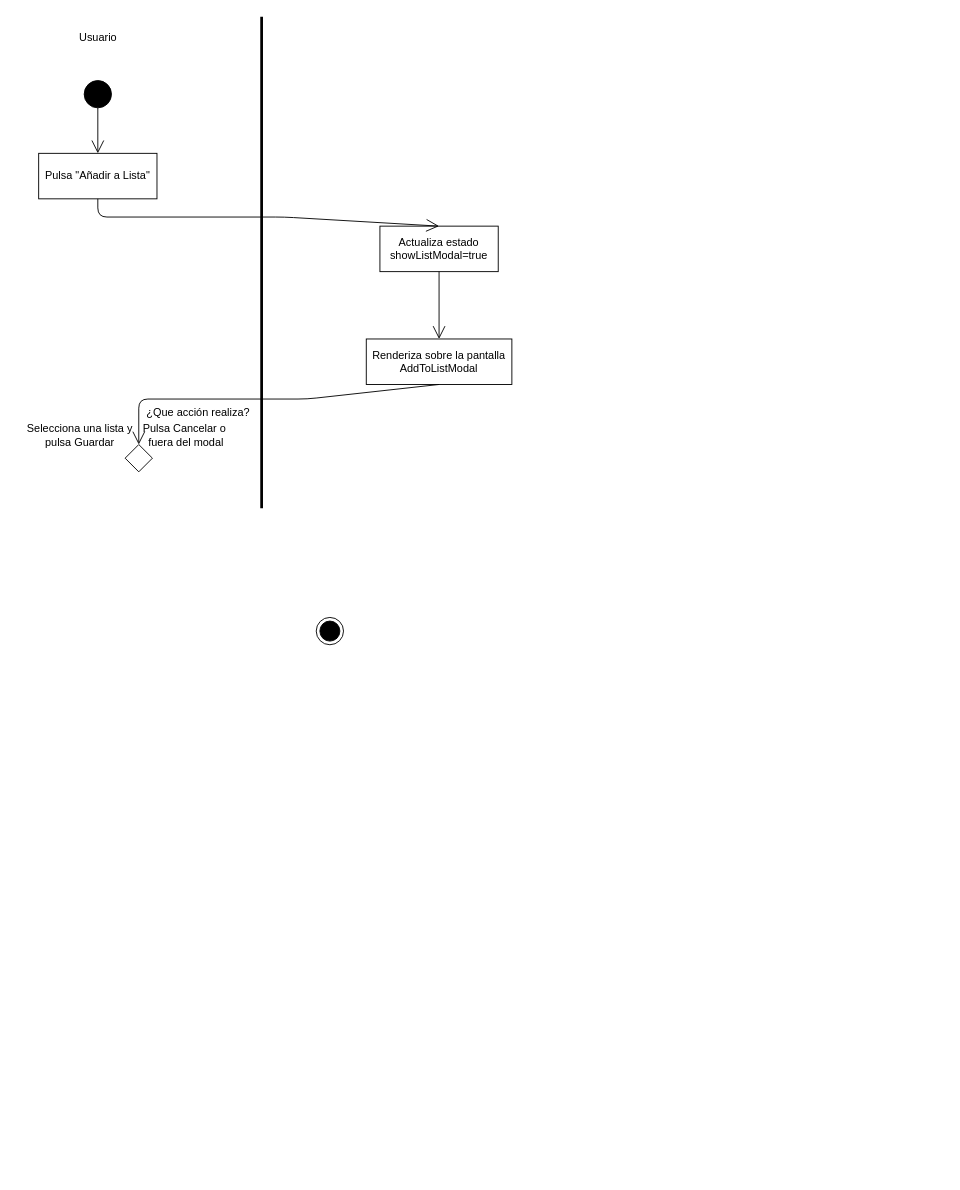
Earlier version of the draw.io diagram docs/diagrams/actividad/anadir_lista.drawio (rodriss11sr/MemoryCard). Source tidied: cells renumbered, new cells numbered last; positions are measured from the earlier drawing's top-left corner, leaving out a move shared by most shapes. Both pictures are drawn from the tidied source at 91%, with x=0, y=0 at pixel (15, 16).
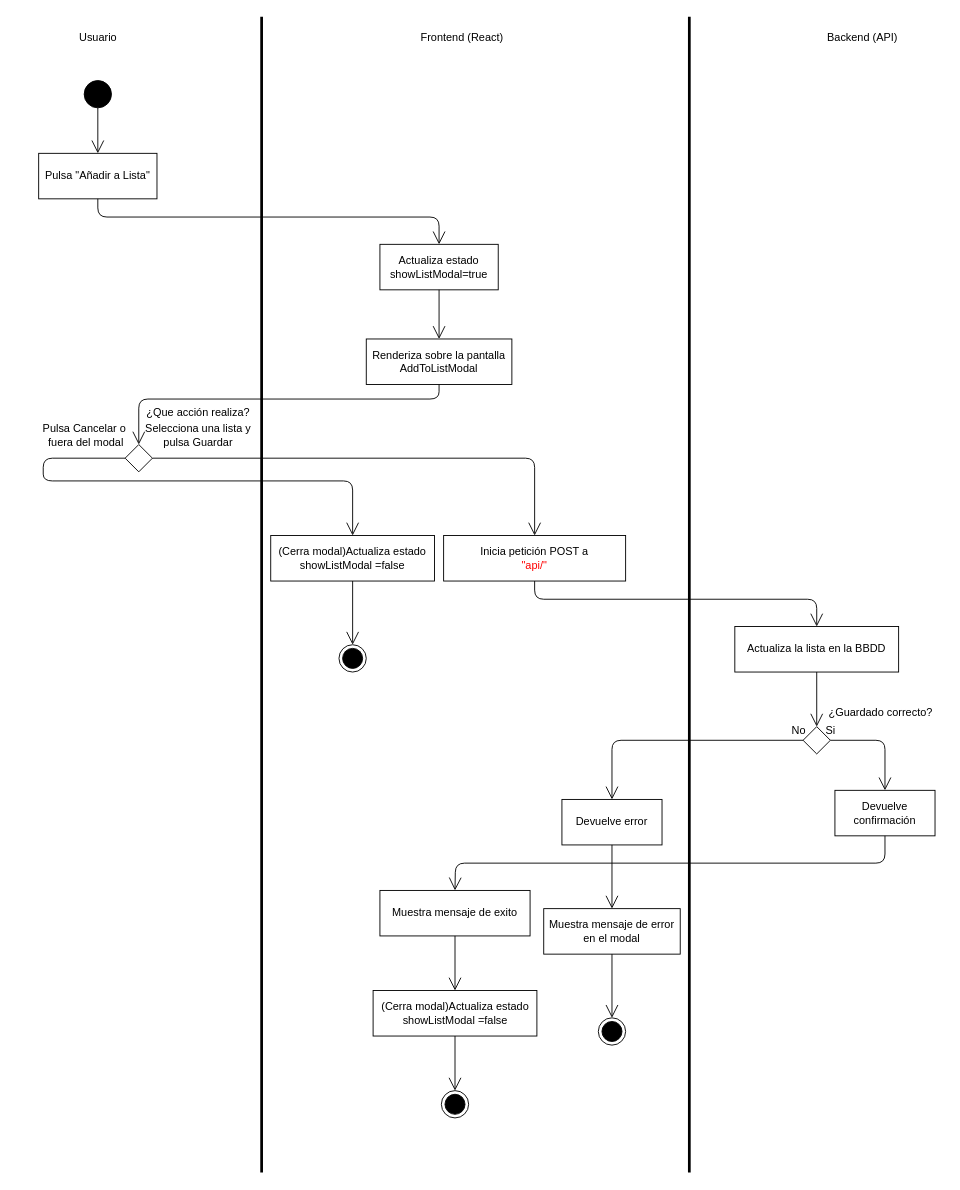
Above is the later version.

The change refers to these unchanged cells:
```xml
<mxCell id="4" style="rhombus;" parent="1" vertex="1">
  <mxGeometry x="120" y="470" width="30" height="30" as="geometry" />
</mxCell>
<mxCell id="7" value="Pulsa &quot;Añadir a Lista&quot;" style="html=1;whiteSpace=wrap;" parent="1" vertex="1">
  <mxGeometry x="25" y="150" width="130" height="50" as="geometry" />
</mxCell>
<mxCell id="10" value="Renderiza sobre la pantalla&lt;div&gt;AddToListModal&lt;/div&gt;" style="html=1;whiteSpace=wrap;" parent="1" vertex="1">
  <mxGeometry x="385" y="354" width="160" height="50" as="geometry" />
</mxCell>
```

Change to the diagram source:
```diff
@@
     <mxCell id="3" style="ellipse;html=1;shape=endState;fillColor=strokeColor;" parent="1" vertex="1">
-      <mxGeometry x="330" y="660" width="30" height="30" as="geometry" />
+      <mxGeometry x="355" y="690" width="30" height="30" as="geometry" />
     </mxCell>
@@
     <mxCell id="5" style="endArrow=none;html=1;strokeWidth=3;" parent="1" edge="1">
       <mxGeometry relative="1" as="geometry">
-        <mxPoint x="270" y="540" as="sourcePoint" />
+        <mxPoint x="270" y="1270" as="sourcePoint" />
         <mxPoint x="270" as="targetPoint" />
       </mxGeometry>
     </mxCell>
@@
     <mxCell id="9" value="Actualiza estado&lt;div&gt;showListModal=true&lt;/div&gt;" style="html=1;whiteSpace=wrap;" parent="1" vertex="1">
-      <mxGeometry x="400" y="230" width="130" height="50" as="geometry" />
+      <mxGeometry x="400" y="250" width="130" height="50" as="geometry" />
     </mxCell>
@@
     <mxCell id="11" style="endArrow=open;endFill=1;endSize=12;html=1;exitX=0.5;exitY=1;exitDx=0;exitDy=0;entryX=0.5;entryY=0;entryDx=0;entryDy=0;" parent="1" edge="1" source="7" target="9">
       <mxGeometry relative="1" as="geometry">
         <Array as="points">
           <mxPoint x="90" y="220" />
-          <mxPoint x="295" y="220" />
+          <mxPoint x="465" y="220" />
         </Array>
       </mxGeometry>
     </mxCell>
@@
     <mxCell id="13" style="endArrow=open;endFill=1;endSize=12;html=1;exitX=0.5;exitY=1;exitDx=0;exitDy=0;entryX=0.5;entryY=0;entryDx=0;entryDy=0;" parent="1" edge="1" source="10" target="4">
       <mxGeometry relative="1" as="geometry">
         <Array as="points">
-          <mxPoint x="320" y="420" />
+          <mxPoint x="465" y="420" />
           <mxPoint x="135" y="420" />
         </Array>
       </mxGeometry>
     </mxCell>
@@
     <mxCell id="15" value="Pulsa Cancelar o&lt;div&gt;&amp;nbsp;fuera del modal&lt;/div&gt;" style="text;html=1;align=center;verticalAlign=middle;strokeColor=none;fillColor=none;" parent="1" vertex="1">
-      <mxGeometry x="130" y="440" width="110" height="40" as="geometry" />
+      <mxGeometry x="20" y="440" width="110" height="40" as="geometry" />
     </mxCell>
     <mxCell id="16" value="Selecciona una lista y&lt;div&gt;pulsa Guardar&lt;/div&gt;" style="text;html=1;align=center;verticalAlign=middle;strokeColor=none;fillColor=none;" parent="1" vertex="1">
-      <mxGeometry y="440" width="140" height="40" as="geometry" />
+      <mxGeometry x="130" y="440" width="140" height="40" as="geometry" />
     </mxCell>
+    <mxCell id="17" style="endArrow=open;endFill=1;endSize=12;html=1;exitX=1;exitY=0.5;exitDx=0;exitDy=0;entryX=0.5;entryY=0;entryDx=0;entryDy=0;" parent="1" edge="1" source="4" target="21">
+      <mxGeometry relative="1" as="geometry">
+        <Array as="points">
+          <mxPoint x="570" y="485" />
+        </Array>
+      </mxGeometry>
+    </mxCell>
+    <mxCell id="18" style="endArrow=open;endFill=1;endSize=12;html=1;exitX=0;exitY=0.5;exitDx=0;exitDy=0;entryX=0.5;entryY=0;entryDx=0;entryDy=0;" parent="1" edge="1" source="4" target="19">
+      <mxGeometry relative="1" as="geometry">
+        <Array as="points">
+          <mxPoint x="30" y="485" />
+          <mxPoint x="30" y="510" />
+          <mxPoint x="370" y="510" />
+        </Array>
+      </mxGeometry>
+    </mxCell>
+    <mxCell id="19" value="(Cerra modal)Actualiza estado&lt;div&gt;showListModal =false&lt;/div&gt;" style="html=1;whiteSpace=wrap;" parent="1" vertex="1">
+      <mxGeometry x="280" y="570" width="180" height="50" as="geometry" />
+    </mxCell>
+    <mxCell id="20" style="endArrow=open;endFill=1;endSize=12;html=1;exitX=0.5;exitY=1;exitDx=0;exitDy=0;entryX=0.5;entryY=0;entryDx=0;entryDy=0;" parent="1" edge="1" source="19" target="3">
+      <mxGeometry relative="1" as="geometry" />
+    </mxCell>
+    <mxCell id="21" value="Inicia petición POST a&lt;div&gt;&lt;font style=&quot;color: rgb(255, 0, 0);&quot;&gt;&quot;api/&quot;&lt;/font&gt;&lt;/div&gt;" style="html=1;whiteSpace=wrap;" parent="1" vertex="1">
+      <mxGeometry x="470" y="570" width="200" height="50" as="geometry" />
+    </mxCell>
+    <mxCell id="22" value="Actualiza la lista en la BBDD" style="html=1;whiteSpace=wrap;" parent="1" vertex="1">
+      <mxGeometry x="790" y="670" width="180" height="50" as="geometry" />
+    </mxCell>
+    <mxCell id="23" style="endArrow=open;endFill=1;endSize=12;html=1;exitX=0.5;exitY=1;exitDx=0;exitDy=0;entryX=0.5;entryY=0;entryDx=0;entryDy=0;" parent="1" edge="1" source="21" target="22">
+      <mxGeometry relative="1" as="geometry">
+        <Array as="points">
+          <mxPoint x="570" y="640" />
+          <mxPoint x="880" y="640" />
+        </Array>
+      </mxGeometry>
+    </mxCell>
+    <mxCell id="24" style="rhombus;" parent="1" vertex="1">
+      <mxGeometry x="865" y="780" width="30" height="30" as="geometry" />
+    </mxCell>
+    <mxCell id="25" style="endArrow=open;endFill=1;endSize=12;html=1;exitX=0.5;exitY=1;exitDx=0;exitDy=0;entryX=0.5;entryY=0;entryDx=0;entryDy=0;" parent="1" edge="1" source="22" target="24">
+      <mxGeometry relative="1" as="geometry" />
+    </mxCell>
+    <mxCell id="26" style="endArrow=open;endFill=1;endSize=12;html=1;exitX=0;exitY=0.5;exitDx=0;exitDy=0;entryX=0.5;entryY=0;entryDx=0;entryDy=0;" parent="1" edge="1" source="24" target="32">
+      <mxGeometry relative="1" as="geometry">
+        <Array as="points">
+          <mxPoint x="655" y="795" />
+        </Array>
+      </mxGeometry>
+    </mxCell>
+    <mxCell id="27" style="endArrow=open;endFill=1;endSize=12;html=1;exitX=1;exitY=0.5;exitDx=0;exitDy=0;entryX=0.5;entryY=0;entryDx=0;entryDy=0;" parent="1" edge="1" source="24" target="31">
+      <mxGeometry relative="1" as="geometry">
+        <Array as="points">
+          <mxPoint x="955" y="795" />
+        </Array>
+      </mxGeometry>
+    </mxCell>
+    <mxCell id="28" value="¿Guardado correcto?" style="text;html=1;align=center;verticalAlign=middle;strokeColor=none;fillColor=none;" parent="1" vertex="1">
+      <mxGeometry x="880" y="750" width="140" height="30" as="geometry" />
+    </mxCell>
+    <mxCell id="29" value="Si" style="text;html=1;align=center;verticalAlign=middle;strokeColor=none;fillColor=none;" parent="1" vertex="1">
+      <mxGeometry x="880" y="770" width="30" height="30" as="geometry" />
+    </mxCell>
+    <mxCell id="30" value="No" style="text;html=1;align=center;verticalAlign=middle;strokeColor=none;fillColor=none;" parent="1" vertex="1">
+      <mxGeometry x="840" y="770" width="40" height="30" as="geometry" />
+    </mxCell>
+    <mxCell id="31" value="Devuelve confirmación" style="html=1;whiteSpace=wrap;" parent="1" vertex="1">
+      <mxGeometry x="900" y="850" width="110" height="50" as="geometry" />
+    </mxCell>
+    <mxCell id="32" value="Devuelve error" style="html=1;whiteSpace=wrap;" parent="1" vertex="1">
+      <mxGeometry x="600" y="860" width="110" height="50" as="geometry" />
+    </mxCell>
+    <mxCell id="33" value="Muestra mensaje de error en el modal" style="html=1;whiteSpace=wrap;" parent="1" vertex="1">
+      <mxGeometry x="580" y="980" width="150" height="50" as="geometry" />
+    </mxCell>
+    <mxCell id="34" style="ellipse;html=1;shape=endState;fillColor=strokeColor;" parent="1" vertex="1">
+      <mxGeometry x="640" y="1100" width="30" height="30" as="geometry" />
+    </mxCell>
+    <mxCell id="35" style="endArrow=open;endFill=1;endSize=12;html=1;exitX=0.5;exitY=1;exitDx=0;exitDy=0;entryX=0.5;entryY=0;entryDx=0;entryDy=0;" parent="1" edge="1" source="33" target="34">
+      <mxGeometry relative="1" as="geometry" />
+    </mxCell>
+    <mxCell id="36" style="endArrow=open;endFill=1;endSize=12;html=1;exitX=0.5;exitY=1;exitDx=0;exitDy=0;entryX=0.5;entryY=0;entryDx=0;entryDy=0;" parent="1" edge="1" source="32" target="33">
+      <mxGeometry relative="1" as="geometry" />
+    </mxCell>
+    <mxCell id="37" value="Muestra mensaje de exito" style="html=1;whiteSpace=wrap;" parent="1" vertex="1">
+      <mxGeometry x="400" y="960" width="165" height="50" as="geometry" />
+    </mxCell>
+    <mxCell id="38" value="(Cerra modal)Actualiza estado&lt;div&gt;showListModal =false&lt;/div&gt;" style="html=1;whiteSpace=wrap;" parent="1" vertex="1">
+      <mxGeometry x="392.5" y="1070" width="180" height="50" as="geometry" />
+    </mxCell>
+    <mxCell id="39" style="endArrow=open;endFill=1;endSize=12;html=1;exitX=0.5;exitY=1;exitDx=0;exitDy=0;entryX=0.5;entryY=0;entryDx=0;entryDy=0;" parent="1" edge="1" source="31" target="37">
+      <mxGeometry relative="1" as="geometry">
+        <Array as="points">
+          <mxPoint x="955" y="930" />
+          <mxPoint x="483" y="930" />
+        </Array>
+      </mxGeometry>
+    </mxCell>
+    <mxCell id="40" style="ellipse;html=1;shape=endState;fillColor=strokeColor;" parent="1" vertex="1">
+      <mxGeometry x="467.5" y="1180" width="30" height="30" as="geometry" />
+    </mxCell>
+    <mxCell id="41" style="endArrow=open;endFill=1;endSize=12;html=1;exitX=0.5;exitY=1;exitDx=0;exitDy=0;entryX=0.5;entryY=0;entryDx=0;entryDy=0;" parent="1" edge="1" source="37" target="38">
+      <mxGeometry relative="1" as="geometry" />
+    </mxCell>
+    <mxCell id="42" style="endArrow=open;endFill=1;endSize=12;html=1;exitX=0.5;exitY=1;exitDx=0;exitDy=0;entryX=0.5;entryY=0;entryDx=0;entryDy=0;" parent="1" edge="1" source="38" target="40">
+      <mxGeometry relative="1" as="geometry" />
+    </mxCell>
+    <mxCell id="43" style="endArrow=none;html=1;strokeWidth=3;" parent="1" edge="1">
+      <mxGeometry relative="1" as="geometry">
+        <mxPoint x="740" y="1270" as="sourcePoint" />
+        <mxPoint x="740" as="targetPoint" />
+      </mxGeometry>
+    </mxCell>
+    <mxCell id="44" value="Frontend (React)" style="text;html=1;align=center;verticalAlign=middle;strokeColor=none;fillColor=none;" parent="1" vertex="1">
+      <mxGeometry x="435" y="8" width="110" height="30" as="geometry" />
+    </mxCell>
+    <mxCell id="45" value="Backend (API)" style="text;html=1;align=center;verticalAlign=middle;strokeColor=none;fillColor=none;" parent="1" vertex="1">
+      <mxGeometry x="880" y="8" width="100" height="30" as="geometry" />
+    </mxCell>
```
